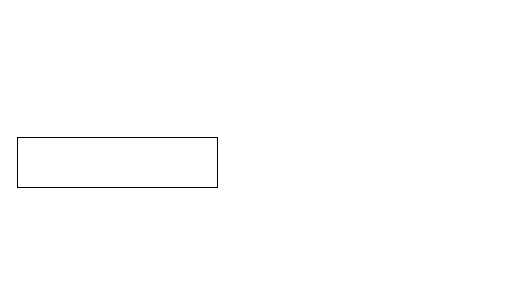
This is app/TestFile.drawio from bijiazhu/ToolsMavenRepo, a draw.io file, before an edit. Source tidied: cells renumbered, new cells numbered last; positions are measured from the earlier drawing's top-left corner, leaving out a move shared by most shapes. Both pictures are drawn from the tidied source at 100%, with x=0, y=0 at pixel (17, 137).
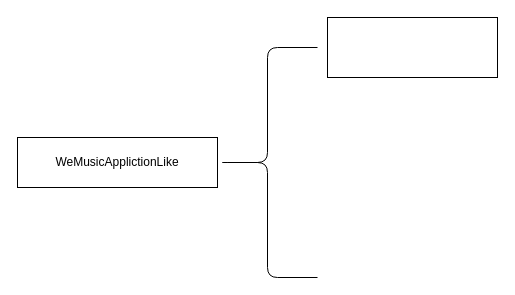
The same page after the edit.

What changed in the source:
```diff
@@
 <mxGraphModel>
   <root>
     <mxCell id="0" />
     <mxCell id="1" parent="0" />
-    <mxCell id="2" style="rounded=0;whiteSpace=wrap;html=1;" parent="1" vertex="1">
+    <mxCell id="2" value="WeMusicApplictionLike" style="rounded=0;whiteSpace=wrap;html=1;" parent="1" vertex="1">
       <mxGeometry width="200" height="50" as="geometry" />
     </mxCell>
+    <mxCell id="3" style="shape=curlyBracket;whiteSpace=wrap;html=1;rounded=1;" parent="1" vertex="1">
+      <mxGeometry x="200" y="-90" width="100" height="230" as="geometry" />
+    </mxCell>
+    <mxCell id="4" style="rounded=0;whiteSpace=wrap;html=1;" parent="1" vertex="1">
+      <mxGeometry x="310" y="-120" width="170" height="60" as="geometry" />
+    </mxCell>
   </root>
 </mxGraphModel>
```
